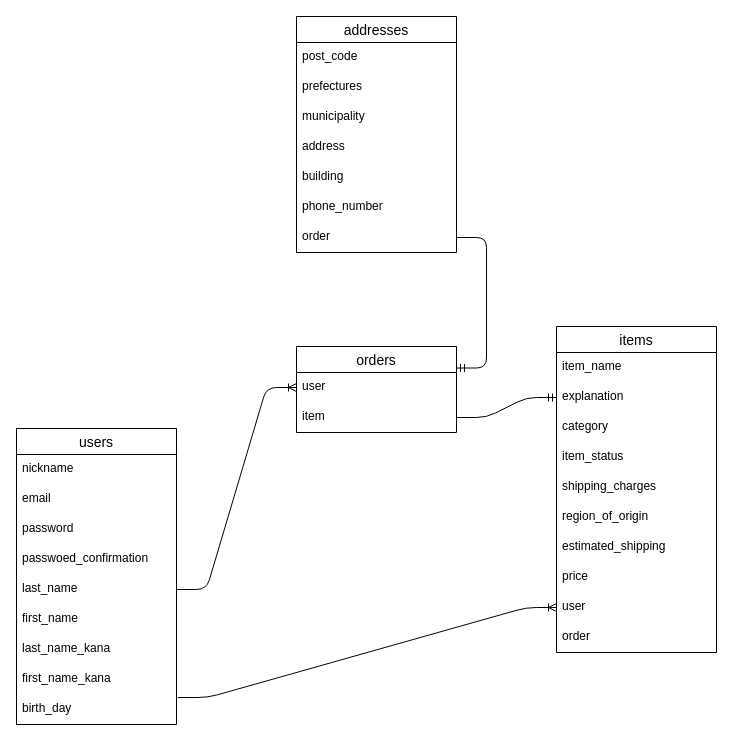
Before: furima-38661.dio in kopelwende/furima-38661, a draw.io diagram. Source tidied: cells renumbered, new cells numbered last; positions are measured from the earlier drawing's top-left corner, leaving out a move shared by most shapes. Both pictures are drawn from the tidied source at 100%, with x=0, y=0 at pixel (16, 16).
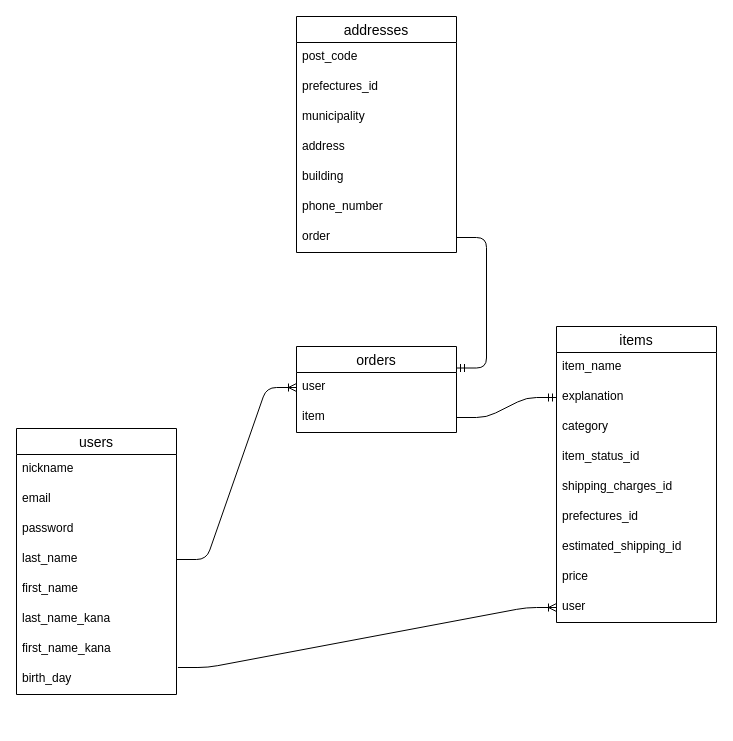
After the change.

Unchanged cells that the change refers to:
```xml
<mxCell id="23" value="addresses" style="swimlane;fontStyle=0;horizontal=1;startSize=26;align=center;fontSize=14;" parent="1" vertex="1">
  <mxGeometry x="280" width="160" height="236" as="geometry" />
</mxCell>
```

Diff of the diagram source:
```diff
@@
     <mxCell id="2" value="users" style="swimlane;fontStyle=0;horizontal=1;startSize=26;align=center;fontSize=14;" parent="1" vertex="1">
-      <mxGeometry y="412" width="160" height="296" as="geometry" />
+      <mxGeometry y="412" width="160" height="266" as="geometry" />
     </mxCell>
@@
-    <mxCell id="6" value="passwoed_confirmation" style="text;strokeColor=none;fillColor=none;spacingLeft=4;spacingRight=4;overflow=hidden;fontSize=12;" parent="2" vertex="1">
-      <mxGeometry y="116" width="160" height="30" as="geometry" />
-    </mxCell>
     <mxCell id="7" value="last_name" style="text;strokeColor=none;fillColor=none;spacingLeft=4;spacingRight=4;overflow=hidden;points=[[0,0.5],[1,0.5]];portConstraint=eastwest;fontSize=12;" parent="2" vertex="1">
-      <mxGeometry y="146" width="160" height="30" as="geometry" />
+      <mxGeometry y="116" width="160" height="30" as="geometry" />
     </mxCell>
     <mxCell id="8" value="first_name" style="text;strokeColor=none;fillColor=none;spacingLeft=4;spacingRight=4;overflow=hidden;fontSize=12;" parent="2" vertex="1">
-      <mxGeometry y="176" width="160" height="30" as="geometry" />
+      <mxGeometry y="146" width="160" height="30" as="geometry" />
     </mxCell>
     <mxCell id="9" value="last_name_kana" style="text;strokeColor=none;fillColor=none;spacingLeft=4;spacingRight=4;overflow=hidden;fontSize=12;" parent="2" vertex="1">
-      <mxGeometry y="206" width="160" height="30" as="geometry" />
+      <mxGeometry y="176" width="160" height="30" as="geometry" />
     </mxCell>
     <mxCell id="10" value="first_name_kana" style="text;strokeColor=none;fillColor=none;spacingLeft=4;spacingRight=4;overflow=hidden;fontSize=12;" parent="2" vertex="1">
-      <mxGeometry y="236" width="160" height="30" as="geometry" />
+      <mxGeometry y="206" width="160" height="30" as="geometry" />
     </mxCell>
     <mxCell id="11" value="birth_day" style="text;strokeColor=none;fillColor=none;spacingLeft=4;spacingRight=4;overflow=hidden;points=[[0,0.5],[1,0.5]];portConstraint=eastwest;fontSize=12;" parent="2" vertex="1">
-      <mxGeometry y="266" width="160" height="30" as="geometry" />
+      <mxGeometry y="236" width="160" height="30" as="geometry" />
     </mxCell>
     <mxCell id="12" value="items" style="swimlane;fontStyle=0;horizontal=1;startSize=26;align=center;fontSize=14;" parent="1" vertex="1">
-      <mxGeometry x="540" y="310" width="160" height="326" as="geometry" />
+      <mxGeometry x="540" y="310" width="160" height="296" as="geometry" />
     </mxCell>
@@
-    <mxCell id="16" value="item_status" style="text;strokeColor=none;fillColor=none;spacingLeft=4;spacingRight=4;overflow=hidden;fontSize=12;" parent="12" vertex="1">
+    <mxCell id="16" value="item_status_id&#10;" style="text;strokeColor=none;fillColor=none;spacingLeft=4;spacingRight=4;overflow=hidden;fontSize=12;" parent="12" vertex="1">
       <mxGeometry y="116" width="160" height="30" as="geometry" />
     </mxCell>
-    <mxCell id="17" value="shipping_charges" style="text;strokeColor=none;fillColor=none;spacingLeft=4;spacingRight=4;overflow=hidden;fontSize=12;" parent="12" vertex="1">
+    <mxCell id="17" value="shipping_charges_id" style="text;strokeColor=none;fillColor=none;spacingLeft=4;spacingRight=4;overflow=hidden;fontSize=12;" parent="12" vertex="1">
       <mxGeometry y="146" width="160" height="30" as="geometry" />
     </mxCell>
-    <mxCell id="18" value="region_of_origin&#10;" style="text;strokeColor=none;fillColor=none;spacingLeft=4;spacingRight=4;overflow=hidden;fontSize=12;" parent="12" vertex="1">
+    <mxCell id="18" value="prefectures_id" style="text;strokeColor=none;fillColor=none;spacingLeft=4;spacingRight=4;overflow=hidden;fontSize=12;" parent="12" vertex="1">
       <mxGeometry y="176" width="160" height="30" as="geometry" />
     </mxCell>
-    <mxCell id="19" value="estimated_shipping" style="text;strokeColor=none;fillColor=none;spacingLeft=4;spacingRight=4;overflow=hidden;fontSize=12;" parent="12" vertex="1">
+    <mxCell id="19" value="estimated_shipping_id&#10;" style="text;strokeColor=none;fillColor=none;spacingLeft=4;spacingRight=4;overflow=hidden;fontSize=12;" parent="12" vertex="1">
       <mxGeometry y="206" width="160" height="30" as="geometry" />
     </mxCell>
@@
-    <mxCell id="22" value="order" style="text;strokeColor=none;fillColor=none;spacingLeft=4;spacingRight=4;overflow=hidden;fontSize=12;" parent="12" vertex="1">
-      <mxGeometry y="296" width="160" height="30" as="geometry" />
-    </mxCell>
@@
-    <mxCell id="25" value="prefectures" style="text;strokeColor=none;fillColor=none;spacingLeft=4;spacingRight=4;overflow=hidden;fontSize=12;" parent="23" vertex="1">
+    <mxCell id="25" value="prefectures_id" style="text;strokeColor=none;fillColor=none;spacingLeft=4;spacingRight=4;overflow=hidden;fontSize=12;" parent="23" vertex="1">
       <mxGeometry y="56" width="160" height="30" as="geometry" />
     </mxCell>
```
